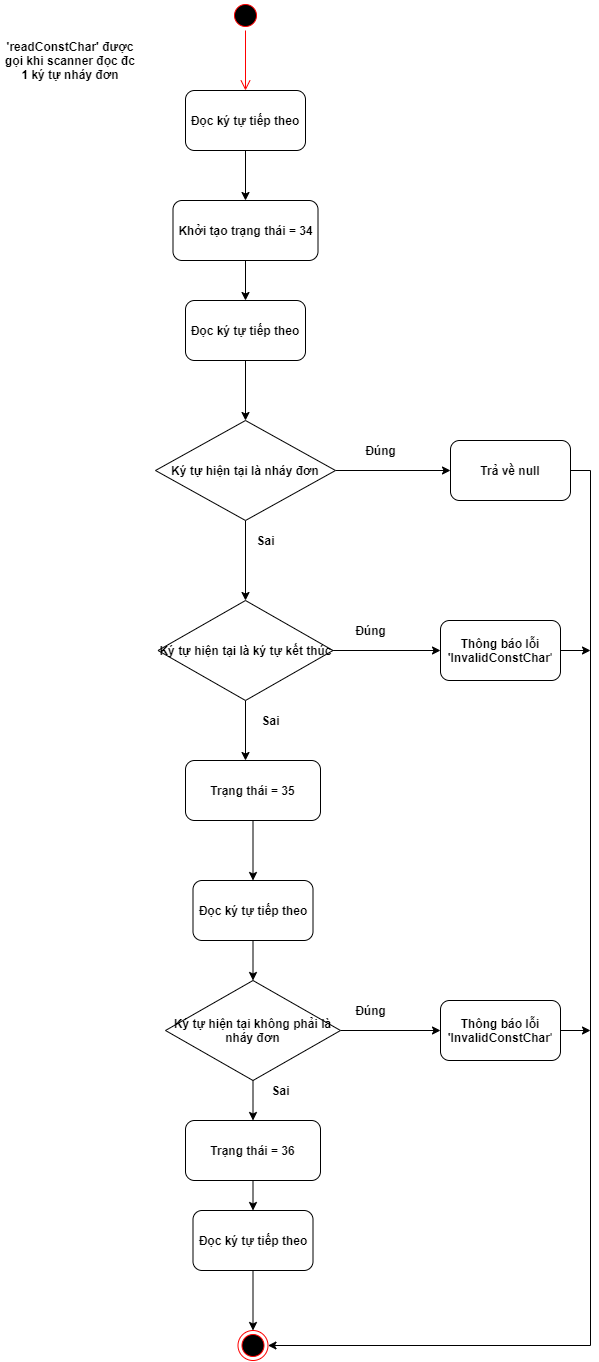
This is block_diagrams/readConstChar.png from CoderandGymnast/KPL-scanner, a draw.io export, as it was before one commit. Source tidied: cells renumbered, new cells last; positions are measured from the earlier drawing's top-left corner, leaving out a move shared by most shapes. Source of this version:
```xml
<mxGraphModel>
  <root>
    <mxCell id="0" />
    <mxCell id="1" parent="0" />
    <mxCell id="2" style="ellipse;html=1;shape=startState;fillColor=#000000;strokeColor=#ff0000;" parent="1" vertex="1">
      <mxGeometry x="230" width="30" height="30" as="geometry" />
    </mxCell>
    <mxCell id="3" style="edgeStyle=orthogonalEdgeStyle;html=1;verticalAlign=bottom;endArrow=open;endSize=8;strokeColor=#ff0000;" parent="1" edge="1" source="2">
      <mxGeometry relative="1" as="geometry">
        <mxPoint x="245" y="90" as="targetPoint" />
      </mxGeometry>
    </mxCell>
    <mxCell id="4" style="edgeStyle=orthogonalEdgeStyle;rounded=0;jettySize=auto;html=1;exitX=0.5;exitY=1;exitDx=0;exitDy=0;" parent="1" edge="1" source="5">
      <mxGeometry relative="1" as="geometry">
        <mxPoint x="245" y="200" as="targetPoint" />
      </mxGeometry>
    </mxCell>
    <mxCell id="5" value="&lt;b&gt;Đọc ký tự tiếp theo&lt;/b&gt;" style="rounded=1;whiteSpace=wrap;html=1;" parent="1" vertex="1">
      <mxGeometry x="185" y="90" width="120" height="60" as="geometry" />
    </mxCell>
    <mxCell id="6" style="edgeStyle=orthogonalEdgeStyle;rounded=0;jettySize=auto;html=1;exitX=0.5;exitY=1;exitDx=0;exitDy=0;" parent="1" edge="1" source="7" target="13">
      <mxGeometry relative="1" as="geometry" />
    </mxCell>
    <mxCell id="7" value="&lt;b&gt;Khởi tạo trạng thái = 34&lt;/b&gt;" style="rounded=1;whiteSpace=wrap;html=1;" parent="1" vertex="1">
      <mxGeometry x="172.5" y="200" width="145" height="60" as="geometry" />
    </mxCell>
    <mxCell id="8" value="&lt;b&gt;'readConstChar' được gọi khi scanner đọc đc 1 ký tự nháy đơn&lt;/b&gt;" style="text;html=1;strokeColor=none;fillColor=none;align=center;verticalAlign=middle;whiteSpace=wrap;rounded=0;" parent="1" vertex="1">
      <mxGeometry y="50" width="140" height="20" as="geometry" />
    </mxCell>
    <mxCell id="9" style="edgeStyle=orthogonalEdgeStyle;rounded=0;jettySize=auto;html=1;exitX=1;exitY=0.5;exitDx=0;exitDy=0;" parent="1" edge="1" source="11">
      <mxGeometry relative="1" as="geometry">
        <mxPoint x="450" y="470" as="targetPoint" />
      </mxGeometry>
    </mxCell>
    <mxCell id="10" style="edgeStyle=orthogonalEdgeStyle;rounded=0;jettySize=auto;html=1;exitX=0.5;exitY=1;exitDx=0;exitDy=0;" parent="1" edge="1" source="11">
      <mxGeometry relative="1" as="geometry">
        <mxPoint x="245" y="600" as="targetPoint" />
      </mxGeometry>
    </mxCell>
    <mxCell id="11" value="&lt;b&gt;Ký tự hiện tại là nháy đơn&lt;/b&gt;" style="rhombus;whiteSpace=wrap;html=1;" parent="1" vertex="1">
      <mxGeometry x="155" y="420" width="180" height="100" as="geometry" />
    </mxCell>
    <mxCell id="12" style="edgeStyle=orthogonalEdgeStyle;rounded=0;jettySize=auto;html=1;exitX=0.5;exitY=1;exitDx=0;exitDy=0;entryX=0.5;entryY=0;entryDx=0;entryDy=0;" parent="1" edge="1" source="13" target="11">
      <mxGeometry relative="1" as="geometry" />
    </mxCell>
    <mxCell id="13" value="&lt;b&gt;Đọc ký tự tiếp theo&lt;/b&gt;" style="rounded=1;whiteSpace=wrap;html=1;" parent="1" vertex="1">
      <mxGeometry x="185" y="300" width="120" height="60" as="geometry" />
    </mxCell>
    <mxCell id="14" value="&lt;b&gt;Đúng&lt;/b&gt;" style="text;html=1;align=center;verticalAlign=middle;" parent="1" vertex="1">
      <mxGeometry x="355" y="440" width="50" height="20" as="geometry" />
    </mxCell>
    <mxCell id="15" value="&lt;b&gt;Sai&lt;/b&gt;" style="text;html=1;align=center;verticalAlign=middle;" parent="1" vertex="1">
      <mxGeometry x="250" y="530" width="30" height="20" as="geometry" />
    </mxCell>
    <mxCell id="16" style="edgeStyle=orthogonalEdgeStyle;rounded=0;jettySize=auto;html=1;exitX=1;exitY=0.5;exitDx=0;exitDy=0;" parent="1" edge="1" source="18">
      <mxGeometry relative="1" as="geometry">
        <mxPoint x="440" y="650" as="targetPoint" />
      </mxGeometry>
    </mxCell>
    <mxCell id="17" style="edgeStyle=orthogonalEdgeStyle;rounded=0;jettySize=auto;html=1;exitX=0.5;exitY=1;exitDx=0;exitDy=0;" parent="1" edge="1" source="18">
      <mxGeometry relative="1" as="geometry">
        <mxPoint x="245" y="760" as="targetPoint" />
      </mxGeometry>
    </mxCell>
    <mxCell id="18" value="&lt;b&gt;Ký tự hiện tại là ký tự kết thúc&lt;/b&gt;" style="rhombus;whiteSpace=wrap;html=1;" parent="1" vertex="1">
      <mxGeometry x="157.5" y="600" width="175" height="100" as="geometry" />
    </mxCell>
    <mxCell id="19" value="&lt;b&gt;Đúng&lt;/b&gt;" style="text;html=1;align=center;verticalAlign=middle;" parent="1" vertex="1">
      <mxGeometry x="345" y="620" width="50" height="20" as="geometry" />
    </mxCell>
    <mxCell id="20" value="&lt;b&gt;Sai&lt;/b&gt;" style="text;html=1;align=center;verticalAlign=middle;" parent="1" vertex="1">
      <mxGeometry x="255" y="710" width="30" height="20" as="geometry" />
    </mxCell>
    <mxCell id="21" style="edgeStyle=orthogonalEdgeStyle;rounded=0;jettySize=auto;html=1;exitX=0.5;exitY=1;exitDx=0;exitDy=0;" parent="1" edge="1" source="22">
      <mxGeometry relative="1" as="geometry">
        <mxPoint x="252.5" y="880" as="targetPoint" />
      </mxGeometry>
    </mxCell>
    <mxCell id="22" value="&lt;b&gt;Trạng thái = 35&lt;/b&gt;" style="rounded=1;whiteSpace=wrap;html=1;" parent="1" vertex="1">
      <mxGeometry x="185" y="760" width="135" height="60" as="geometry" />
    </mxCell>
    <mxCell id="23" style="edgeStyle=orthogonalEdgeStyle;rounded=0;jettySize=auto;html=1;exitX=0.5;exitY=1;exitDx=0;exitDy=0;entryX=0.5;entryY=0;entryDx=0;entryDy=0;" parent="1" edge="1" source="24" target="27">
      <mxGeometry relative="1" as="geometry" />
    </mxCell>
    <mxCell id="24" value="&lt;b&gt;Đọc ký tự tiếp theo&lt;/b&gt;" style="rounded=1;whiteSpace=wrap;html=1;" parent="1" vertex="1">
      <mxGeometry x="192.5" y="880" width="120" height="60" as="geometry" />
    </mxCell>
    <mxCell id="25" style="edgeStyle=orthogonalEdgeStyle;rounded=0;jettySize=auto;html=1;exitX=1;exitY=0.5;exitDx=0;exitDy=0;" parent="1" edge="1" source="27">
      <mxGeometry relative="1" as="geometry">
        <mxPoint x="440" y="1030" as="targetPoint" />
      </mxGeometry>
    </mxCell>
    <mxCell id="26" style="edgeStyle=orthogonalEdgeStyle;rounded=0;jettySize=auto;html=1;exitX=0.5;exitY=1;exitDx=0;exitDy=0;" parent="1" edge="1" source="27">
      <mxGeometry relative="1" as="geometry">
        <mxPoint x="252.5" y="1120" as="targetPoint" />
      </mxGeometry>
    </mxCell>
    <mxCell id="27" value="&lt;b&gt;Ký tự hiện tại không phải là nháy đơn&lt;/b&gt;" style="rhombus;whiteSpace=wrap;html=1;" parent="1" vertex="1">
      <mxGeometry x="165" y="980" width="175" height="100" as="geometry" />
    </mxCell>
    <mxCell id="28" value="&lt;b&gt;Đúng&lt;/b&gt;" style="text;html=1;align=center;verticalAlign=middle;" parent="1" vertex="1">
      <mxGeometry x="345" y="1000" width="50" height="20" as="geometry" />
    </mxCell>
    <mxCell id="29" value="&lt;b&gt;Sai&lt;/b&gt;" style="text;html=1;align=center;verticalAlign=middle;" parent="1" vertex="1">
      <mxGeometry x="265" y="1080" width="30" height="20" as="geometry" />
    </mxCell>
    <mxCell id="30" style="edgeStyle=orthogonalEdgeStyle;rounded=0;jettySize=auto;html=1;exitX=0.5;exitY=1;exitDx=0;exitDy=0;" parent="1" edge="1" source="31">
      <mxGeometry relative="1" as="geometry">
        <mxPoint x="252.5" y="1210" as="targetPoint" />
      </mxGeometry>
    </mxCell>
    <mxCell id="31" value="&lt;b&gt;Trạng thái = 36&lt;/b&gt;" style="rounded=1;whiteSpace=wrap;html=1;" parent="1" vertex="1">
      <mxGeometry x="185" y="1120" width="135" height="60" as="geometry" />
    </mxCell>
    <mxCell id="32" style="edgeStyle=orthogonalEdgeStyle;rounded=0;jettySize=auto;html=1;exitX=0.5;exitY=1;exitDx=0;exitDy=0;entryX=0.5;entryY=0;entryDx=0;entryDy=0;" parent="1" edge="1" source="33" target="34">
      <mxGeometry relative="1" as="geometry" />
    </mxCell>
    <mxCell id="33" value="&lt;b&gt;Đọc ký tự tiếp theo&lt;/b&gt;" style="rounded=1;whiteSpace=wrap;html=1;" parent="1" vertex="1">
      <mxGeometry x="192.5" y="1210" width="120" height="60" as="geometry" />
    </mxCell>
    <mxCell id="34" style="ellipse;html=1;shape=endState;fillColor=#000000;strokeColor=#ff0000;" parent="1" vertex="1">
      <mxGeometry x="237.5" y="1330" width="30" height="30" as="geometry" />
    </mxCell>
    <mxCell id="35" style="edgeStyle=orthogonalEdgeStyle;rounded=0;jettySize=auto;html=1;exitX=1;exitY=0.5;exitDx=0;exitDy=0;" parent="1" edge="1" source="36">
      <mxGeometry relative="1" as="geometry">
        <mxPoint x="590" y="650" as="targetPoint" />
      </mxGeometry>
    </mxCell>
    <mxCell id="36" value="&lt;b&gt;Thông báo lỗi 'InvalidConstChar&lt;/b&gt;'" style="rounded=1;whiteSpace=wrap;html=1;" parent="1" vertex="1">
      <mxGeometry x="440" y="620" width="120" height="60" as="geometry" />
    </mxCell>
    <mxCell id="37" style="edgeStyle=orthogonalEdgeStyle;rounded=0;jettySize=auto;html=1;exitX=1;exitY=0.5;exitDx=0;exitDy=0;entryX=1;entryY=0.5;entryDx=0;entryDy=0;" parent="1" edge="1" source="38" target="34">
      <mxGeometry relative="1" as="geometry" />
    </mxCell>
    <mxCell id="38" value="&lt;b&gt;Trả về null&lt;/b&gt;" style="rounded=1;whiteSpace=wrap;html=1;" parent="1" vertex="1">
      <mxGeometry x="450" y="440" width="120" height="60" as="geometry" />
    </mxCell>
    <mxCell id="39" style="edgeStyle=orthogonalEdgeStyle;rounded=0;jettySize=auto;html=1;exitX=1;exitY=0.5;exitDx=0;exitDy=0;" parent="1" edge="1" source="40">
      <mxGeometry relative="1" as="geometry">
        <mxPoint x="590" y="1030" as="targetPoint" />
      </mxGeometry>
    </mxCell>
    <mxCell id="40" value="&lt;b&gt;Thông báo lỗi 'InvalidConstChar&lt;/b&gt;'" style="rounded=1;whiteSpace=wrap;html=1;" parent="1" vertex="1">
      <mxGeometry x="440" y="1000" width="120" height="60" as="geometry" />
    </mxCell>
  </root>
</mxGraphModel>
```
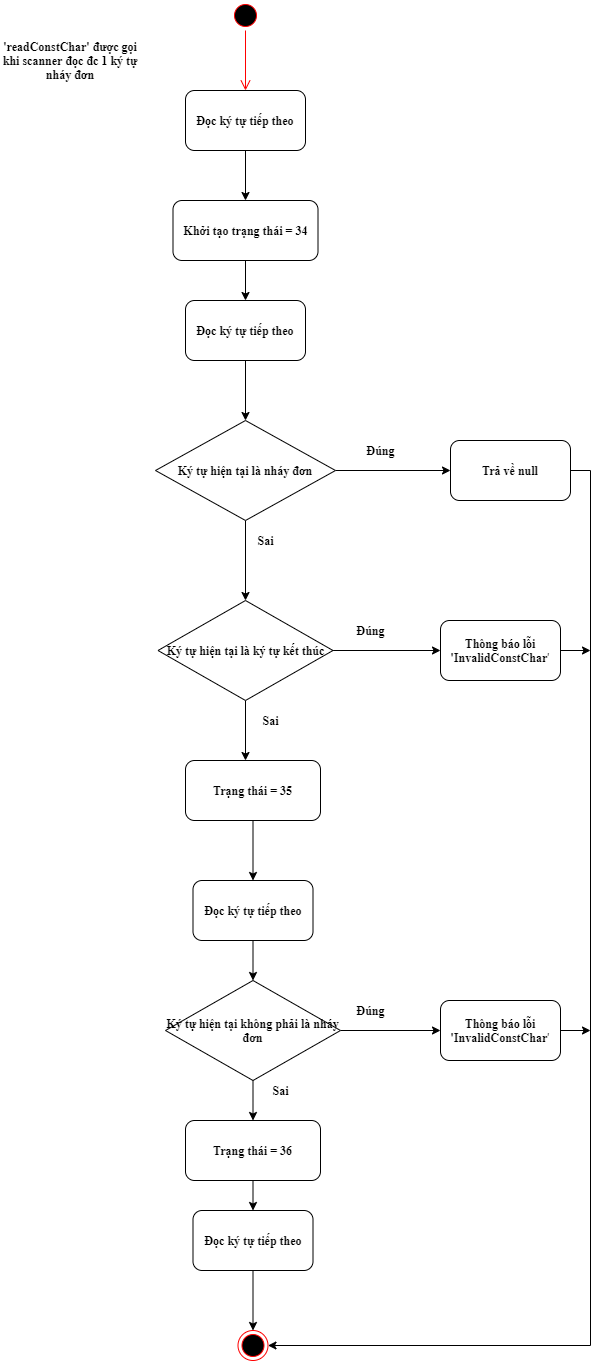
After the change.

What changed in the source:
```diff
@@ -15,16 +15,16 @@
         <mxPoint x="245" y="200" as="targetPoint" />
       </mxGeometry>
     </mxCell>
-    <mxCell id="5" value="&lt;b&gt;Đọc ký tự tiếp theo&lt;/b&gt;" style="rounded=1;whiteSpace=wrap;html=1;" parent="1" vertex="1">
+    <mxCell id="5" value="&lt;b&gt;&lt;font face=&quot;Times New Roman&quot;&gt;Đọc ký tự tiếp theo&lt;/font&gt;&lt;/b&gt;" style="rounded=1;whiteSpace=wrap;html=1;" parent="1" vertex="1">
       <mxGeometry x="185" y="90" width="120" height="60" as="geometry" />
     </mxCell>
     <mxCell id="6" style="edgeStyle=orthogonalEdgeStyle;rounded=0;jettySize=auto;html=1;exitX=0.5;exitY=1;exitDx=0;exitDy=0;" parent="1" edge="1" source="7" target="13">
       <mxGeometry relative="1" as="geometry" />
     </mxCell>
-    <mxCell id="7" value="&lt;b&gt;Khởi tạo trạng thái = 34&lt;/b&gt;" style="rounded=1;whiteSpace=wrap;html=1;" parent="1" vertex="1">
+    <mxCell id="7" value="&lt;b&gt;&lt;font face=&quot;Times New Roman&quot;&gt;Khởi tạo trạng thái = 34&lt;/font&gt;&lt;/b&gt;" style="rounded=1;whiteSpace=wrap;html=1;" parent="1" vertex="1">
       <mxGeometry x="172.5" y="200" width="145" height="60" as="geometry" />
     </mxCell>
-    <mxCell id="8" value="&lt;b&gt;'readConstChar' được gọi khi scanner đọc đc 1 ký tự nháy đơn&lt;/b&gt;" style="text;html=1;strokeColor=none;fillColor=none;align=center;verticalAlign=middle;whiteSpace=wrap;rounded=0;" parent="1" vertex="1">
+    <mxCell id="8" value="&lt;b&gt;&lt;font face=&quot;Times New Roman&quot;&gt;'readConstChar' được gọi khi scanner đọc đc 1 ký tự nháy đơn&lt;/font&gt;&lt;/b&gt;" style="text;html=1;strokeColor=none;fillColor=none;align=center;verticalAlign=middle;whiteSpace=wrap;rounded=0;" parent="1" vertex="1">
       <mxGeometry y="50" width="140" height="20" as="geometry" />
     </mxCell>
     <mxCell id="9" style="edgeStyle=orthogonalEdgeStyle;rounded=0;jettySize=auto;html=1;exitX=1;exitY=0.5;exitDx=0;exitDy=0;" parent="1" edge="1" source="11">
@@ -37,19 +37,19 @@
         <mxPoint x="245" y="600" as="targetPoint" />
       </mxGeometry>
     </mxCell>
-    <mxCell id="11" value="&lt;b&gt;Ký tự hiện tại là nháy đơn&lt;/b&gt;" style="rhombus;whiteSpace=wrap;html=1;" parent="1" vertex="1">
+    <mxCell id="11" value="&lt;b&gt;&lt;font face=&quot;Times New Roman&quot;&gt;Ký tự hiện tại là nháy đơn&lt;/font&gt;&lt;/b&gt;" style="rhombus;whiteSpace=wrap;html=1;" parent="1" vertex="1">
       <mxGeometry x="155" y="420" width="180" height="100" as="geometry" />
     </mxCell>
     <mxCell id="12" style="edgeStyle=orthogonalEdgeStyle;rounded=0;jettySize=auto;html=1;exitX=0.5;exitY=1;exitDx=0;exitDy=0;entryX=0.5;entryY=0;entryDx=0;entryDy=0;" parent="1" edge="1" source="13" target="11">
       <mxGeometry relative="1" as="geometry" />
     </mxCell>
-    <mxCell id="13" value="&lt;b&gt;Đọc ký tự tiếp theo&lt;/b&gt;" style="rounded=1;whiteSpace=wrap;html=1;" parent="1" vertex="1">
+    <mxCell id="13" value="&lt;b&gt;&lt;font face=&quot;Times New Roman&quot;&gt;Đọc ký tự tiếp theo&lt;/font&gt;&lt;/b&gt;" style="rounded=1;whiteSpace=wrap;html=1;" parent="1" vertex="1">
       <mxGeometry x="185" y="300" width="120" height="60" as="geometry" />
     </mxCell>
-    <mxCell id="14" value="&lt;b&gt;Đúng&lt;/b&gt;" style="text;html=1;align=center;verticalAlign=middle;" parent="1" vertex="1">
-      <mxGeometry x="355" y="440" width="50" height="20" as="geometry" />
+    <mxCell id="14" value="&lt;b&gt;&lt;font face=&quot;Times New Roman&quot;&gt;Đúng&lt;/font&gt;&lt;/b&gt;" style="text;html=1;align=center;verticalAlign=middle;" parent="1" vertex="1">
+      <mxGeometry x="360" y="440" width="40" height="20" as="geometry" />
     </mxCell>
-    <mxCell id="15" value="&lt;b&gt;Sai&lt;/b&gt;" style="text;html=1;align=center;verticalAlign=middle;" parent="1" vertex="1">
+    <mxCell id="15" value="&lt;b&gt;&lt;font face=&quot;Times New Roman&quot;&gt;Sai&lt;/font&gt;&lt;/b&gt;" style="text;html=1;align=center;verticalAlign=middle;" parent="1" vertex="1">
       <mxGeometry x="250" y="530" width="30" height="20" as="geometry" />
     </mxCell>
     <mxCell id="16" style="edgeStyle=orthogonalEdgeStyle;rounded=0;jettySize=auto;html=1;exitX=1;exitY=0.5;exitDx=0;exitDy=0;" parent="1" edge="1" source="18">
@@ -62,13 +62,13 @@
         <mxPoint x="245" y="760" as="targetPoint" />
       </mxGeometry>
     </mxCell>
-    <mxCell id="18" value="&lt;b&gt;Ký tự hiện tại là ký tự kết thúc&lt;/b&gt;" style="rhombus;whiteSpace=wrap;html=1;" parent="1" vertex="1">
+    <mxCell id="18" value="&lt;b&gt;&lt;font face=&quot;Times New Roman&quot;&gt;Ký tự hiện tại là ký tự kết thúc&lt;/font&gt;&lt;/b&gt;" style="rhombus;whiteSpace=wrap;html=1;" parent="1" vertex="1">
       <mxGeometry x="157.5" y="600" width="175" height="100" as="geometry" />
     </mxCell>
-    <mxCell id="19" value="&lt;b&gt;Đúng&lt;/b&gt;" style="text;html=1;align=center;verticalAlign=middle;" parent="1" vertex="1">
-      <mxGeometry x="345" y="620" width="50" height="20" as="geometry" />
+    <mxCell id="19" value="&lt;b&gt;&lt;font face=&quot;Times New Roman&quot;&gt;Đúng&lt;/font&gt;&lt;/b&gt;" style="text;html=1;align=center;verticalAlign=middle;" parent="1" vertex="1">
+      <mxGeometry x="350" y="620" width="40" height="20" as="geometry" />
     </mxCell>
-    <mxCell id="20" value="&lt;b&gt;Sai&lt;/b&gt;" style="text;html=1;align=center;verticalAlign=middle;" parent="1" vertex="1">
+    <mxCell id="20" value="&lt;b&gt;&lt;font face=&quot;Times New Roman&quot;&gt;Sai&lt;/font&gt;&lt;/b&gt;" style="text;html=1;align=center;verticalAlign=middle;" parent="1" vertex="1">
       <mxGeometry x="255" y="710" width="30" height="20" as="geometry" />
     </mxCell>
     <mxCell id="21" style="edgeStyle=orthogonalEdgeStyle;rounded=0;jettySize=auto;html=1;exitX=0.5;exitY=1;exitDx=0;exitDy=0;" parent="1" edge="1" source="22">
@@ -76,13 +76,13 @@
         <mxPoint x="252.5" y="880" as="targetPoint" />
       </mxGeometry>
     </mxCell>
-    <mxCell id="22" value="&lt;b&gt;Trạng thái = 35&lt;/b&gt;" style="rounded=1;whiteSpace=wrap;html=1;" parent="1" vertex="1">
+    <mxCell id="22" value="&lt;b&gt;&lt;font face=&quot;Times New Roman&quot;&gt;Trạng thái = 35&lt;/font&gt;&lt;/b&gt;" style="rounded=1;whiteSpace=wrap;html=1;" parent="1" vertex="1">
       <mxGeometry x="185" y="760" width="135" height="60" as="geometry" />
     </mxCell>
     <mxCell id="23" style="edgeStyle=orthogonalEdgeStyle;rounded=0;jettySize=auto;html=1;exitX=0.5;exitY=1;exitDx=0;exitDy=0;entryX=0.5;entryY=0;entryDx=0;entryDy=0;" parent="1" edge="1" source="24" target="27">
       <mxGeometry relative="1" as="geometry" />
     </mxCell>
-    <mxCell id="24" value="&lt;b&gt;Đọc ký tự tiếp theo&lt;/b&gt;" style="rounded=1;whiteSpace=wrap;html=1;" parent="1" vertex="1">
+    <mxCell id="24" value="&lt;b&gt;&lt;font face=&quot;Times New Roman&quot;&gt;Đọc ký tự tiếp theo&lt;/font&gt;&lt;/b&gt;" style="rounded=1;whiteSpace=wrap;html=1;" parent="1" vertex="1">
       <mxGeometry x="192.5" y="880" width="120" height="60" as="geometry" />
     </mxCell>
     <mxCell id="25" style="edgeStyle=orthogonalEdgeStyle;rounded=0;jettySize=auto;html=1;exitX=1;exitY=0.5;exitDx=0;exitDy=0;" parent="1" edge="1" source="27">
@@ -95,13 +95,13 @@
         <mxPoint x="252.5" y="1120" as="targetPoint" />
       </mxGeometry>
     </mxCell>
-    <mxCell id="27" value="&lt;b&gt;Ký tự hiện tại không phải là nháy đơn&lt;/b&gt;" style="rhombus;whiteSpace=wrap;html=1;" parent="1" vertex="1">
+    <mxCell id="27" value="&lt;b&gt;&lt;font face=&quot;Times New Roman&quot;&gt;Ký tự hiện tại không phải là nháy đơn&lt;/font&gt;&lt;/b&gt;" style="rhombus;whiteSpace=wrap;html=1;" parent="1" vertex="1">
       <mxGeometry x="165" y="980" width="175" height="100" as="geometry" />
     </mxCell>
-    <mxCell id="28" value="&lt;b&gt;Đúng&lt;/b&gt;" style="text;html=1;align=center;verticalAlign=middle;" parent="1" vertex="1">
-      <mxGeometry x="345" y="1000" width="50" height="20" as="geometry" />
+    <mxCell id="28" value="&lt;b&gt;&lt;font face=&quot;Times New Roman&quot;&gt;Đúng&lt;/font&gt;&lt;/b&gt;" style="text;html=1;align=center;verticalAlign=middle;" parent="1" vertex="1">
+      <mxGeometry x="350" y="1000" width="40" height="20" as="geometry" />
     </mxCell>
-    <mxCell id="29" value="&lt;b&gt;Sai&lt;/b&gt;" style="text;html=1;align=center;verticalAlign=middle;" parent="1" vertex="1">
+    <mxCell id="29" value="&lt;b&gt;&lt;font face=&quot;Times New Roman&quot;&gt;Sai&lt;/font&gt;&lt;/b&gt;" style="text;html=1;align=center;verticalAlign=middle;" parent="1" vertex="1">
       <mxGeometry x="265" y="1080" width="30" height="20" as="geometry" />
     </mxCell>
     <mxCell id="30" style="edgeStyle=orthogonalEdgeStyle;rounded=0;jettySize=auto;html=1;exitX=0.5;exitY=1;exitDx=0;exitDy=0;" parent="1" edge="1" source="31">
@@ -109,13 +109,13 @@
         <mxPoint x="252.5" y="1210" as="targetPoint" />
       </mxGeometry>
     </mxCell>
-    <mxCell id="31" value="&lt;b&gt;Trạng thái = 36&lt;/b&gt;" style="rounded=1;whiteSpace=wrap;html=1;" parent="1" vertex="1">
+    <mxCell id="31" value="&lt;b&gt;&lt;font face=&quot;Times New Roman&quot;&gt;Trạng thái = 36&lt;/font&gt;&lt;/b&gt;" style="rounded=1;whiteSpace=wrap;html=1;" parent="1" vertex="1">
       <mxGeometry x="185" y="1120" width="135" height="60" as="geometry" />
     </mxCell>
     <mxCell id="32" style="edgeStyle=orthogonalEdgeStyle;rounded=0;jettySize=auto;html=1;exitX=0.5;exitY=1;exitDx=0;exitDy=0;entryX=0.5;entryY=0;entryDx=0;entryDy=0;" parent="1" edge="1" source="33" target="34">
       <mxGeometry relative="1" as="geometry" />
     </mxCell>
-    <mxCell id="33" value="&lt;b&gt;Đọc ký tự tiếp theo&lt;/b&gt;" style="rounded=1;whiteSpace=wrap;html=1;" parent="1" vertex="1">
+    <mxCell id="33" value="&lt;b&gt;&lt;font face=&quot;Times New Roman&quot;&gt;Đọc ký tự tiếp theo&lt;/font&gt;&lt;/b&gt;" style="rounded=1;whiteSpace=wrap;html=1;" parent="1" vertex="1">
       <mxGeometry x="192.5" y="1210" width="120" height="60" as="geometry" />
     </mxCell>
     <mxCell id="34" style="ellipse;html=1;shape=endState;fillColor=#000000;strokeColor=#ff0000;" parent="1" vertex="1">
@@ -126,13 +126,13 @@
         <mxPoint x="590" y="650" as="targetPoint" />
       </mxGeometry>
     </mxCell>
-    <mxCell id="36" value="&lt;b&gt;Thông báo lỗi 'InvalidConstChar&lt;/b&gt;'" style="rounded=1;whiteSpace=wrap;html=1;" parent="1" vertex="1">
+    <mxCell id="36" value="&lt;font face=&quot;Times New Roman&quot;&gt;&lt;b&gt;Thông báo lỗi 'InvalidConstChar&lt;/b&gt;'&lt;/font&gt;" style="rounded=1;whiteSpace=wrap;html=1;" parent="1" vertex="1">
       <mxGeometry x="440" y="620" width="120" height="60" as="geometry" />
     </mxCell>
     <mxCell id="37" style="edgeStyle=orthogonalEdgeStyle;rounded=0;jettySize=auto;html=1;exitX=1;exitY=0.5;exitDx=0;exitDy=0;entryX=1;entryY=0.5;entryDx=0;entryDy=0;" parent="1" edge="1" source="38" target="34">
       <mxGeometry relative="1" as="geometry" />
     </mxCell>
-    <mxCell id="38" value="&lt;b&gt;Trả về null&lt;/b&gt;" style="rounded=1;whiteSpace=wrap;html=1;" parent="1" vertex="1">
+    <mxCell id="38" value="&lt;b&gt;&lt;font face=&quot;Times New Roman&quot;&gt;Trả về null&lt;/font&gt;&lt;/b&gt;" style="rounded=1;whiteSpace=wrap;html=1;" parent="1" vertex="1">
       <mxGeometry x="450" y="440" width="120" height="60" as="geometry" />
     </mxCell>
     <mxCell id="39" style="edgeStyle=orthogonalEdgeStyle;rounded=0;jettySize=auto;html=1;exitX=1;exitY=0.5;exitDx=0;exitDy=0;" parent="1" edge="1" source="40">
@@ -140,7 +140,7 @@
         <mxPoint x="590" y="1030" as="targetPoint" />
       </mxGeometry>
     </mxCell>
-    <mxCell id="40" value="&lt;b&gt;Thông báo lỗi 'InvalidConstChar&lt;/b&gt;'" style="rounded=1;whiteSpace=wrap;html=1;" parent="1" vertex="1">
+    <mxCell id="40" value="&lt;font face=&quot;Times New Roman&quot;&gt;&lt;b&gt;Thông báo lỗi 'InvalidConstChar&lt;/b&gt;'&lt;/font&gt;" style="rounded=1;whiteSpace=wrap;html=1;" parent="1" vertex="1">
       <mxGeometry x="440" y="1000" width="120" height="60" as="geometry" />
     </mxCell>
   </root>
```
